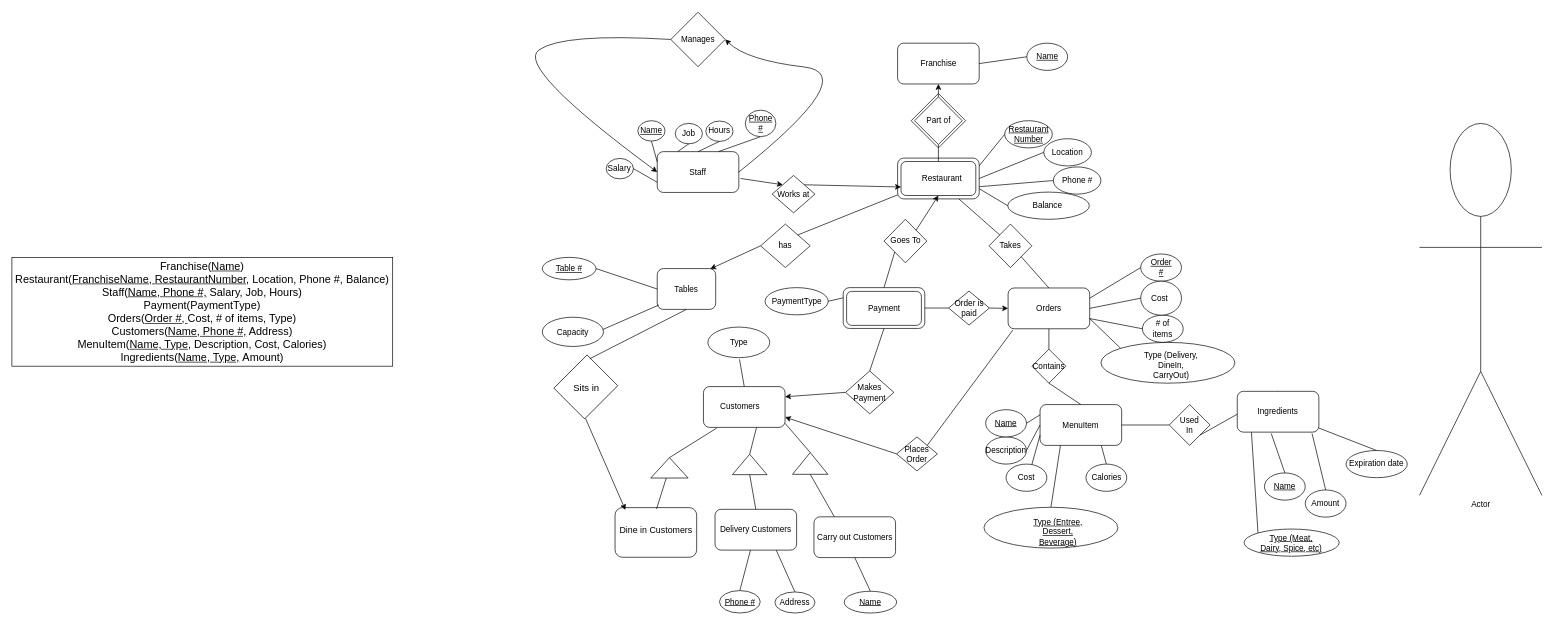
Above: Copy of Copy of Copy of Copy of E/R Diagram.drawio in yeongKo/git-training (draw.io), before the change. Source tidied: cells renumbered, new cells numbered last; positions are measured from the earlier drawing's top-left corner, leaving out a move shared by most shapes. Both pictures are drawn from the tidied source at 68%, with x=0, y=0 at pixel (12, 12).
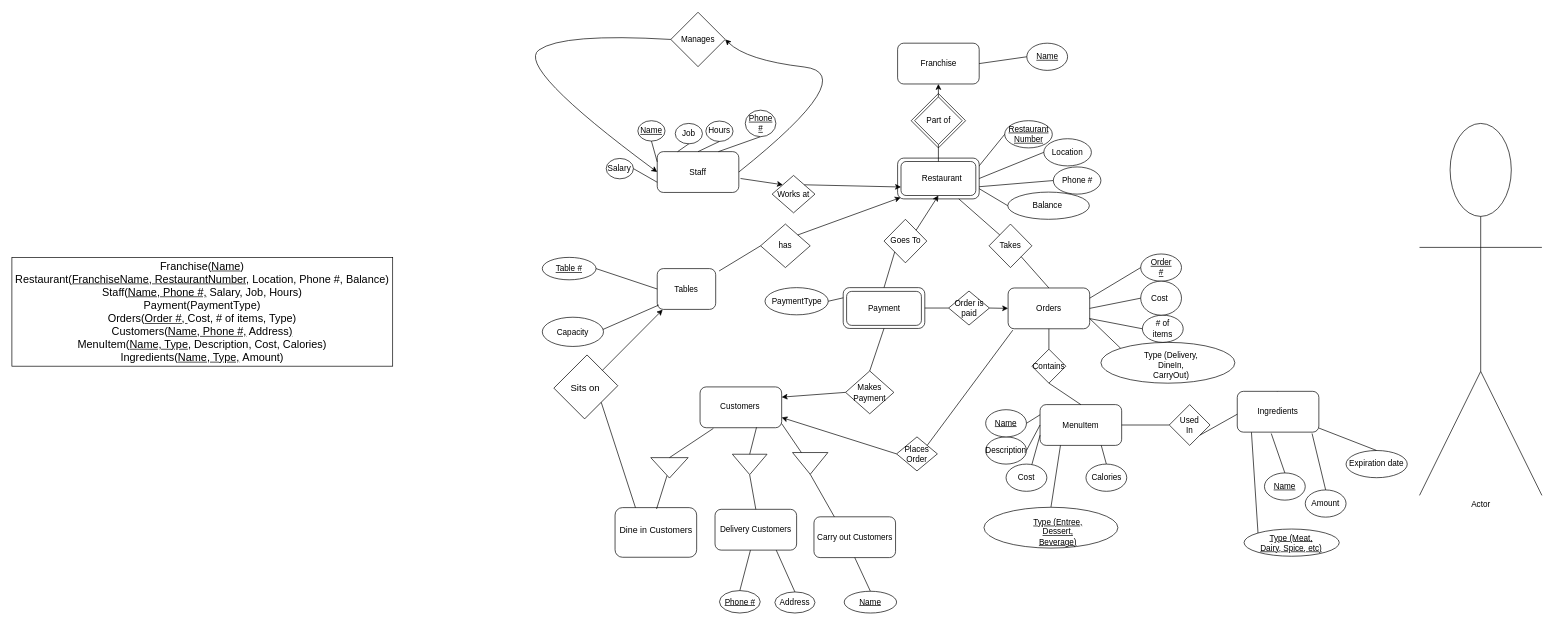
After the change.

The change refers to these unchanged cells:
```xml
<mxCell id="2" style="rounded=1;whiteSpace=wrap;html=1;glass=0;" parent="1" vertex="1">
  <mxGeometry x="887" y="728" width="120" height="73" as="geometry" />
</mxCell>
<mxCell id="3" style="rounded=0;whiteSpace=wrap;html=1;glass=0;rotation=45;" parent="1" vertex="1">
  <mxGeometry x="812" y="516" width="64" height="69" as="geometry" />
</mxCell>
<mxCell id="8" style="group;" parent="1" vertex="1">
  <mxGeometry x="1137" y="570" width="915" height="231.5" as="geometry" />
</mxCell>
<mxCell id="55" value="Carry out Customers" style="rounded=1;whiteSpace=wrap;html=1;" parent="8" vertex="1">
  <mxGeometry x="42.5" y="171.5" width="120" height="60" as="geometry" />
</mxCell>
<mxCell id="108" style="rounded=1;whiteSpace=wrap;html=1;" parent="1" vertex="1">
  <mxGeometry x="1302.5" y="214" width="120" height="60" as="geometry" />
</mxCell>
<mxCell id="109" style="rounded=1;whiteSpace=wrap;html=1;" parent="1" vertex="1">
  <mxGeometry x="1307.5" y="219" width="110" height="50" as="geometry" />
</mxCell>
<mxCell id="171" value="Delivery Customers" style="rounded=1;whiteSpace=wrap;html=1;" parent="1" vertex="1">
  <mxGeometry x="1034" y="730.5" width="120" height="60" as="geometry" />
</mxCell>
<mxCell id="181" value="Tables" style="rounded=1;whiteSpace=wrap;html=1;" parent="1" vertex="1">
  <mxGeometry x="949" y="376.5" width="86" height="60" as="geometry" />
</mxCell>
<mxCell id="183" value="has" style="rhombus;whiteSpace=wrap;html=1;" parent="1" vertex="1">
  <mxGeometry x="1101" y="311" width="73" height="64" as="geometry" />
</mxCell>
```

Diff of the diagram source:
```diff
@@
-    <mxCell id="56" style="triangle;whiteSpace=wrap;html=1;rotation=-90;" parent="8" vertex="1">
+    <mxCell id="56" style="triangle;whiteSpace=wrap;html=1;rotation=90;" parent="8" vertex="1">
       <mxGeometry x="21" y="67" width="32" height="52" as="geometry" />
     </mxCell>
-    <mxCell id="57" style="endArrow=none;html=1;entryX=0;entryY=0.5;entryDx=0;entryDy=0;exitX=0.25;exitY=0;exitDx=0;exitDy=0;" parent="8" edge="1" source="55" target="56">
+    <mxCell id="57" style="endArrow=none;html=1;entryX=1;entryY=0.5;entryDx=0;entryDy=0;exitX=0.25;exitY=0;exitDx=0;exitDy=0;" parent="8" edge="1" source="55" target="56">
       <mxGeometry relative="1" as="geometry" />
     </mxCell>
@@
     <mxCell id="148" style="rounded=1;whiteSpace=wrap;html=1;" parent="1" vertex="1">
-      <mxGeometry x="1017" y="550" width="120" height="60" as="geometry" />
+      <mxGeometry x="1012" y="550.5" width="120" height="60" as="geometry" />
     </mxCell>
@@
-    <mxCell id="173" style="triangle;whiteSpace=wrap;html=1;rotation=-90;" parent="1" vertex="1">
-      <mxGeometry x="952" y="642" width="30" height="55" as="geometry" />
+    <mxCell id="173" style="triangle;whiteSpace=wrap;html=1;rotation=0;direction=south;" parent="1" vertex="1">
+      <mxGeometry x="939.5" y="654.5" width="55" height="30" as="geometry" />
     </mxCell>
-    <mxCell id="174" style="triangle;whiteSpace=wrap;html=1;rotation=-90;" parent="1" vertex="1">
+    <mxCell id="174" style="triangle;whiteSpace=wrap;html=1;rotation=90;" parent="1" vertex="1">
       <mxGeometry x="1070" y="639" width="30" height="51" as="geometry" />
     </mxCell>
-    <mxCell id="175" style="endArrow=none;html=1;exitX=1;exitY=0.5;exitDx=0;exitDy=0;entryX=0.163;entryY=1.017;entryDx=0;entryDy=0;entryPerimeter=0;" parent="1" edge="1" source="173" target="148">
+    <mxCell id="175" style="endArrow=none;html=1;exitX=0;exitY=0.5;exitDx=0;exitDy=0;entryX=0.163;entryY=1.017;entryDx=0;entryDy=0;entryPerimeter=0;" parent="1" edge="1" source="173" target="148">
       <mxGeometry relative="1" as="geometry" />
     </mxCell>
-    <mxCell id="176" style="endArrow=none;html=1;exitX=1;exitY=0.5;exitDx=0;exitDy=0;" parent="1" edge="1" source="174">
+    <mxCell id="176" style="endArrow=none;html=1;exitX=0;exitY=0.5;exitDx=0;exitDy=0;" parent="1" edge="1" source="174">
       <mxGeometry relative="1" as="geometry">
         <mxPoint x="1095" y="610" as="targetPoint" />
       </mxGeometry>
     </mxCell>
-    <mxCell id="177" style="endArrow=none;html=1;exitX=0.5;exitY=0;exitDx=0;exitDy=0;entryX=0;entryY=0.5;entryDx=0;entryDy=0;" parent="1" edge="1" source="171" target="174">
-      <mxGeometry relative="1" as="geometry" />
+    <mxCell id="177" style="endArrow=none;html=1;exitX=0.5;exitY=0;exitDx=0;exitDy=0;" parent="1" edge="1" source="171">
+      <mxGeometry relative="1" as="geometry">
+        <mxPoint x="1085" y="680" as="targetPoint" />
+      </mxGeometry>
     </mxCell>
-    <mxCell id="178" style="endArrow=none;html=1;exitX=1;exitY=0.5;exitDx=0;exitDy=0;entryX=1;entryY=0.9;entryDx=0;entryDy=0;entryPerimeter=0;" parent="1" edge="1" source="56" target="148">
+    <mxCell id="178" style="endArrow=none;html=1;exitX=0;exitY=0.75;exitDx=0;exitDy=0;entryX=1;entryY=0.9;entryDx=0;entryDy=0;entryPerimeter=0;" parent="1" edge="1" source="56" target="148">
       <mxGeometry relative="1" as="geometry" />
     </mxCell>
@@
-    <mxCell id="182" style="endArrow=classic;html=1;entryX=0.907;entryY=0.008;entryDx=0;entryDy=0;entryPerimeter=0;exitX=0;exitY=0.5;exitDx=0;exitDy=0;" parent="1" edge="1" source="183" target="181">
-      <mxGeometry relative="1" as="geometry" />
-    </mxCell>
@@
-    <mxCell id="184" style="endArrow=none;html=1;exitX=1;exitY=0;exitDx=0;exitDy=0;" parent="1" edge="1" source="183" target="108">
-      <mxGeometry relative="1" as="geometry" />
-    </mxCell>
@@
-    <mxCell id="190" style="endArrow=classic;html=1;entryX=0.182;entryY=0.022;entryDx=0;entryDy=0;entryPerimeter=0;exitX=1.01;exitY=0.98;exitDx=0;exitDy=0;exitPerimeter=0;" parent="1" edge="1" source="3">
-      <mxGeometry relative="1" as="geometry">
-        <mxPoint x="902.2" y="731.4" as="targetPoint" />
-      </mxGeometry>
-    </mxCell>
-    <mxCell id="191" style="endArrow=none;html=1;exitX=0;exitY=0;exitDx=0;exitDy=0;entryX=0.5;entryY=1;entryDx=0;entryDy=0;exitPerimeter=0;" parent="1" edge="1" target="181">
-      <mxGeometry relative="1" as="geometry">
-        <mxPoint x="849.7" y="509.1" as="sourcePoint" />
-      </mxGeometry>
-    </mxCell>
@@
-    <mxCell id="195" value="&lt;font style=&quot;font-size: 14px&quot;&gt;Sits in&lt;/font&gt;" style="text;html=1;align=left;verticalAlign=top;spacingTop=-4;" parent="1" vertex="1">
-      <mxGeometry x="824" y="540.5" width="50" height="20" as="geometry" />
+    <mxCell id="195" value="&lt;span style=&quot;font-size: 14px&quot;&gt;Sits on&lt;/span&gt;" style="text;html=1;align=left;verticalAlign=top;spacingTop=-4;" parent="1" vertex="1">
+      <mxGeometry x="819.5" y="540.5" width="60" height="20" as="geometry" />
     </mxCell>
-    <mxCell id="196" style="endArrow=none;html=1;entryX=0.5;entryY=0;entryDx=0;entryDy=0;" parent="1" edge="1" target="148">
-      <mxGeometry relative="1" as="geometry">
-        <mxPoint x="1070" y="510" as="sourcePoint" />
-      </mxGeometry>
-    </mxCell>
-    <mxCell id="197" value="Type" style="ellipse;whiteSpace=wrap;html=1;glass=0;" parent="1" vertex="1">
-      <mxGeometry x="1023.5" y="462.5" width="91" height="45" as="geometry" />
-    </mxCell>
+    <mxCell id="198" style="endArrow=none;html=1;entryX=1;entryY=0.5;entryDx=0;entryDy=0;exitX=0.25;exitY=0;exitDx=0;exitDy=0;" parent="1" edge="1" source="2" target="3">
+      <mxGeometry relative="1" as="geometry" />
+    </mxCell>
+    <mxCell id="199" style="endArrow=classic;html=1;entryX=0.093;entryY=1.008;entryDx=0;entryDy=0;entryPerimeter=0;exitX=0.5;exitY=0;exitDx=0;exitDy=0;" parent="1" edge="1" source="3" target="181">
+      <mxGeometry relative="1" as="geometry" />
+    </mxCell>
+    <mxCell id="200" style="endArrow=none;html=1;entryX=0;entryY=0.5;entryDx=0;entryDy=0;" parent="1" edge="1" target="183">
+      <mxGeometry relative="1" as="geometry">
+        <mxPoint x="1040" y="380" as="sourcePoint" />
+      </mxGeometry>
+    </mxCell>
+    <mxCell id="201" style="endArrow=classic;html=1;exitX=1;exitY=0;exitDx=0;exitDy=0;entryX=-0.005;entryY=1.06;entryDx=0;entryDy=0;entryPerimeter=0;" parent="1" edge="1" source="183" target="109">
+      <mxGeometry relative="1" as="geometry" />
+    </mxCell>
```
